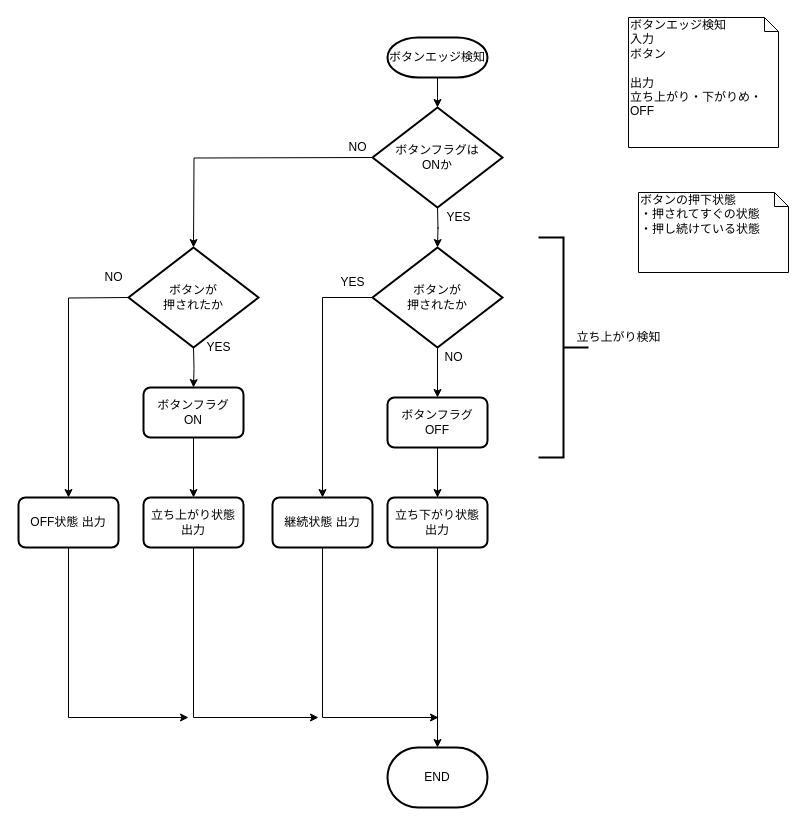
Earlier version of the draw.io diagram page "スイッチエッジ検知" (3 of 6) of 資料/設計/フローチャート/InputClass/flowchart_InputClassv0.2.drawio (hakohumi/comp.Kitchen_Timer). Source tidied: cells renumbered, new cells numbered last; positions are measured from the earlier drawing's top-left corner, leaving out a move shared by most shapes. Both pictures are drawn from the tidied source at 100%, with x=0, y=0 at pixel (18, 17).
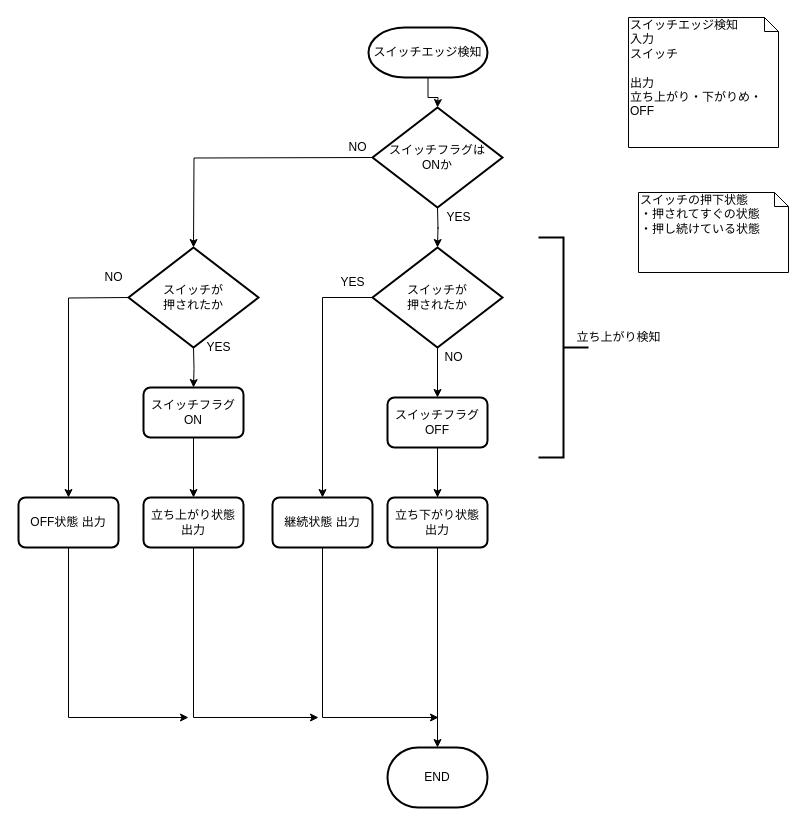
The same diagram, later.

The edit, as a diff of the source:
```diff
@@
-    <mxCell id="3" value="ボタンエッジ検知" style="strokeWidth=2;html=1;shape=mxgraph.flowchart.terminator;whiteSpace=wrap;" parent="1" vertex="1">
-      <mxGeometry x="369" y="20" width="100" height="40" as="geometry" />
+    <mxCell id="3" value="スイッチエッジ検知" style="strokeWidth=2;html=1;shape=mxgraph.flowchart.terminator;whiteSpace=wrap;" parent="1" vertex="1">
+      <mxGeometry x="350" y="10" width="119" height="50" as="geometry" />
     </mxCell>
-    <mxCell id="4" value="ボタンの押下状態&lt;br&gt;・押されてすぐの状態&lt;br&gt;・押し続けている状態" style="shape=note;whiteSpace=wrap;html=1;size=14;verticalAlign=top;align=left;spacingTop=-6;" parent="1" vertex="1">
+    <mxCell id="4" value="スイッチの押下状態&lt;br&gt;・押されてすぐの状態&lt;br&gt;・押し続けている状態" style="shape=note;whiteSpace=wrap;html=1;size=14;verticalAlign=top;align=left;spacingTop=-6;" parent="1" vertex="1">
       <mxGeometry x="620" y="175" width="150" height="80" as="geometry" />
     </mxCell>
@@
-    <mxCell id="18" value="ボタンフラグ OFF" style="rounded=1;whiteSpace=wrap;html=1;absoluteArcSize=1;arcSize=14;strokeWidth=2;" parent="1" vertex="1">
+    <mxCell id="18" value="スイッチフラグ OFF" style="rounded=1;whiteSpace=wrap;html=1;absoluteArcSize=1;arcSize=14;strokeWidth=2;" parent="1" vertex="1">
       <mxGeometry x="369" y="380" width="100" height="50" as="geometry" />
     </mxCell>
@@
-    <mxCell id="29" value="ボタンフラグ&lt;br&gt;ON" style="rounded=1;whiteSpace=wrap;html=1;absoluteArcSize=1;arcSize=14;strokeWidth=2;" parent="1" vertex="1">
+    <mxCell id="29" value="スイッチフラグ&lt;br&gt;ON" style="rounded=1;whiteSpace=wrap;html=1;absoluteArcSize=1;arcSize=14;strokeWidth=2;" parent="1" vertex="1">
       <mxGeometry x="125" y="370" width="100" height="50" as="geometry" />
     </mxCell>
-    <mxCell id="30" value="ボタンが&lt;br&gt;押されたか" style="strokeWidth=2;html=1;shape=mxgraph.flowchart.decision;whiteSpace=wrap;" parent="1" vertex="1">
+    <mxCell id="30" value="スイッチが&lt;br&gt;押されたか" style="strokeWidth=2;html=1;shape=mxgraph.flowchart.decision;whiteSpace=wrap;" parent="1" vertex="1">
       <mxGeometry x="354" y="230" width="130" height="100" as="geometry" />
     </mxCell>
-    <mxCell id="31" value="ボタンフラグは&lt;br&gt;ONか" style="strokeWidth=2;html=1;shape=mxgraph.flowchart.decision;whiteSpace=wrap;" parent="1" vertex="1">
+    <mxCell id="31" value="スイッチフラグは&lt;br&gt;ONか" style="strokeWidth=2;html=1;shape=mxgraph.flowchart.decision;whiteSpace=wrap;" parent="1" vertex="1">
       <mxGeometry x="354" y="90" width="130" height="100" as="geometry" />
     </mxCell>
-    <mxCell id="32" value="ボタンが&lt;br&gt;押されたか" style="strokeWidth=2;html=1;shape=mxgraph.flowchart.decision;whiteSpace=wrap;" parent="1" vertex="1">
+    <mxCell id="32" value="スイッチが&lt;br&gt;押されたか" style="strokeWidth=2;html=1;shape=mxgraph.flowchart.decision;whiteSpace=wrap;" parent="1" vertex="1">
       <mxGeometry x="110" y="230" width="130" height="100" as="geometry" />
     </mxCell>
@@
-    <mxCell id="36" value="ボタンエッジ検知&lt;br&gt;入力&lt;br&gt;ボタン&lt;br&gt;&lt;br&gt;出力&lt;br&gt;立ち上がり・下がりめ・OFF" style="shape=note;whiteSpace=wrap;html=1;size=14;verticalAlign=top;align=left;spacingTop=-6;" parent="1" vertex="1">
+    <mxCell id="36" value="スイッチエッジ検知&lt;br&gt;入力&lt;br&gt;スイッチ&lt;br&gt;&lt;br&gt;出力&lt;br&gt;立ち上がり・下がりめ・OFF" style="shape=note;whiteSpace=wrap;html=1;size=14;verticalAlign=top;align=left;spacingTop=-6;" parent="1" vertex="1">
       <mxGeometry x="610" width="150" height="130" as="geometry" />
     </mxCell>
```
